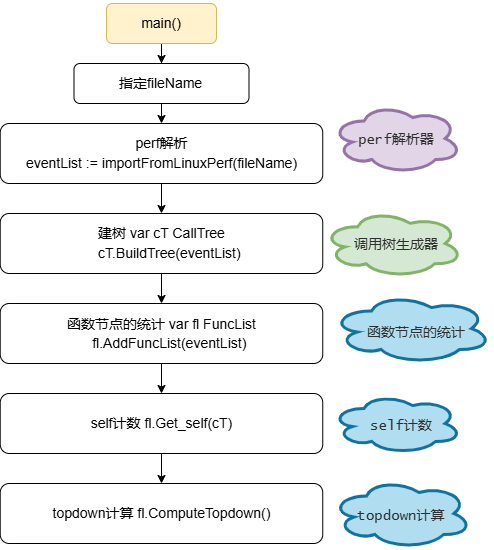
Above: main_ui.drawio.png in Dong-J93/os_pic2024 (draw.io), before the change. Source tidied: cells renumbered, new cells last; positions are measured from the earlier drawing's top-left corner, leaving out a move shared by most shapes.
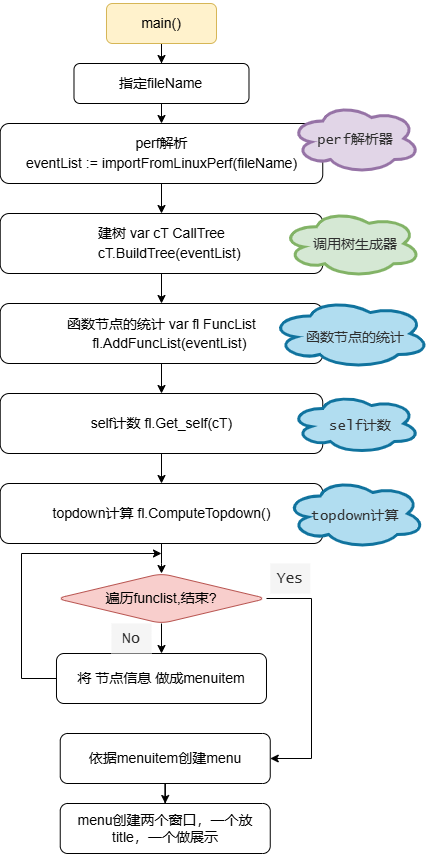
After the commit.

The edit, as a diff of the source:
```diff
@@ -15,10 +15,10 @@
       <mxGeometry x="-0.3" y="120" width="322.5" height="60" as="geometry" />
     </mxCell>
     <mxCell id="6" value="&lt;span style=&quot;color: rgba(0, 0, 0, 0); font-family: monospace; font-size: 0px; text-align: start; text-wrap: nowrap;&quot;&gt;%3CmxGraphModel%3E%3Croot%3E%3CmxCell%20id%3D%220%22%2F%3E%3CmxCell%20id%3D%221%22%20parent%3D%220%22%2F%3E%3CmxCell%20id%3D%222%22%20value%3D%22%22%20style%3D%22ellipse%3Bshape%3Dcloud%3BwhiteSpace%3Dwrap%3Bhtml%3D1%3BfillColor%3Dnone%3B%22%20vertex%3D%221%22%20parent%3D%221%22%3E%3CmxGeometry%20x%3D%22330%22%20y%3D%22517%22%20width%3D%22250%22%20height%3D%22120%22%20as%3D%22geometry%22%2F%3E%3C%2FmxCell%3E%3C%2Froot%3E%3C%2FmxGraphModel%3E&lt;/span&gt;" style="ellipse;shape=cloud;whiteSpace=wrap;html=1;fillColor=#e1d5e7;strokeColor=#9673a6;strokeWidth=3;" parent="1" vertex="1">
-      <mxGeometry x="331" y="100" width="130" height="70" as="geometry" />
+      <mxGeometry x="289.8" y="100" width="130" height="70" as="geometry" />
     </mxCell>
     <mxCell id="7" value="&lt;font face=&quot;Lucida Console&quot; color=&quot;#2e2e2e&quot; style=&quot;font-size: 14px;&quot;&gt;perf解析器&lt;/font&gt;" style="text;html=1;align=center;verticalAlign=middle;whiteSpace=wrap;rounded=0;fontColor=#1F1F1F;" parent="1" vertex="1">
-      <mxGeometry x="341" y="120" width="110" height="34" as="geometry" />
+      <mxGeometry x="299.8" y="120" width="110" height="34" as="geometry" />
     </mxCell>
     <mxCell id="8" style="edgeStyle=orthogonalEdgeStyle;rounded=0;jettySize=auto;html=1;" parent="1" edge="1" source="9" target="5">
       <mxGeometry relative="1" as="geometry" />
@@ -33,10 +33,10 @@
       <mxGeometry x="-0.3" y="210" width="322.5" height="60" as="geometry" />
     </mxCell>
     <mxCell id="12" value="&lt;span style=&quot;color: rgba(0, 0, 0, 0); font-family: monospace; font-size: 0px; text-align: start; text-wrap: nowrap;&quot;&gt;%3CmxGraphModel%3E%3Croot%3E%3CmxCell%20id%3D%220%22%2F%3E%3CmxCell%20id%3D%221%22%20parent%3D%220%22%2F%3E%3CmxCell%20id%3D%222%22%20value%3D%22%22%20style%3D%22ellipse%3Bshape%3Dcloud%3BwhiteSpace%3Dwrap%3Bhtml%3D1%3BfillColor%3Dnone%3B%22%20vertex%3D%221%22%20parent%3D%221%22%3E%3CmxGeometry%20x%3D%22330%22%20y%3D%22517%22%20width%3D%22250%22%20height%3D%22120%22%20as%3D%22geometry%22%2F%3E%3C%2FmxCell%3E%3C%2Froot%3E%3C%2FmxGraphModel%3E&lt;/span&gt;" style="ellipse;shape=cloud;whiteSpace=wrap;html=1;fillColor=#d5e8d4;strokeColor=#82b366;strokeWidth=3;" parent="1" vertex="1">
-      <mxGeometry x="322.2" y="206.2" width="140" height="67.5" as="geometry" />
+      <mxGeometry x="281" y="206.2" width="140" height="67.5" as="geometry" />
     </mxCell>
     <mxCell id="13" value="&lt;font face=&quot;Lucida Console&quot; color=&quot;#2e2e2e&quot;&gt;&lt;span style=&quot;font-size: 14px;&quot;&gt;调用树生成器&lt;/span&gt;&lt;/font&gt;" style="text;html=1;align=center;verticalAlign=middle;whiteSpace=wrap;rounded=0;fontColor=#1F1F1F;" parent="1" vertex="1">
-      <mxGeometry x="341" y="225" width="110" height="34" as="geometry" />
+      <mxGeometry x="299.8" y="225" width="110" height="34" as="geometry" />
     </mxCell>
     <mxCell id="14" style="edgeStyle=orthogonalEdgeStyle;rounded=0;jettySize=auto;html=1;" parent="1" edge="1" source="15" target="17">
       <mxGeometry relative="1" as="geometry" />
@@ -51,25 +51,69 @@
       <mxGeometry x="-0.3" y="390" width="322.5" height="60" as="geometry" />
     </mxCell>
     <mxCell id="18" value="&lt;span style=&quot;color: rgba(0, 0, 0, 0); font-family: monospace; font-size: 0px; text-align: start; text-wrap: nowrap;&quot;&gt;%3CmxGraphModel%3E%3Croot%3E%3CmxCell%20id%3D%220%22%2F%3E%3CmxCell%20id%3D%221%22%20parent%3D%220%22%2F%3E%3CmxCell%20id%3D%222%22%20value%3D%22%22%20style%3D%22ellipse%3Bshape%3Dcloud%3BwhiteSpace%3Dwrap%3Bhtml%3D1%3BfillColor%3Dnone%3B%22%20vertex%3D%221%22%20parent%3D%221%22%3E%3CmxGeometry%20x%3D%22330%22%20y%3D%22517%22%20width%3D%22250%22%20height%3D%22120%22%20as%3D%22geometry%22%2F%3E%3C%2FmxCell%3E%3C%2Froot%3E%3C%2FmxGraphModel%3E&lt;/span&gt;" style="ellipse;shape=cloud;whiteSpace=wrap;html=1;fillColor=#b1ddf0;strokeColor=#10739e;strokeWidth=3;" parent="1" vertex="1">
-      <mxGeometry x="331" y="290" width="160" height="70" as="geometry" />
+      <mxGeometry x="269.8" y="295" width="160" height="70" as="geometry" />
     </mxCell>
     <mxCell id="19" value="&lt;font face=&quot;Lucida Console&quot; color=&quot;#2e2e2e&quot;&gt;&lt;span style=&quot;font-size: 14px;&quot;&gt;函数节点的统计&lt;/span&gt;&lt;/font&gt;" style="text;html=1;align=center;verticalAlign=middle;whiteSpace=wrap;rounded=0;fontColor=#1F1F1F;" parent="1" vertex="1">
-      <mxGeometry x="361" y="313" width="110" height="34" as="geometry" />
+      <mxGeometry x="299.8" y="318" width="110" height="34" as="geometry" />
     </mxCell>
     <mxCell id="20" value="&lt;span style=&quot;color: rgba(0, 0, 0, 0); font-family: monospace; font-size: 0px; text-align: start; text-wrap: nowrap;&quot;&gt;%3CmxGraphModel%3E%3Croot%3E%3CmxCell%20id%3D%220%22%2F%3E%3CmxCell%20id%3D%221%22%20parent%3D%220%22%2F%3E%3CmxCell%20id%3D%222%22%20value%3D%22%22%20style%3D%22ellipse%3Bshape%3Dcloud%3BwhiteSpace%3Dwrap%3Bhtml%3D1%3BfillColor%3Dnone%3B%22%20vertex%3D%221%22%20parent%3D%221%22%3E%3CmxGeometry%20x%3D%22330%22%20y%3D%22517%22%20width%3D%22250%22%20height%3D%22120%22%20as%3D%22geometry%22%2F%3E%3C%2FmxCell%3E%3C%2Froot%3E%3C%2FmxGraphModel%3E&lt;/span&gt;" style="ellipse;shape=cloud;whiteSpace=wrap;html=1;fillColor=#b1ddf0;strokeColor=#10739e;strokeWidth=3;" parent="1" vertex="1">
-      <mxGeometry x="331" y="390" width="130" height="60" as="geometry" />
+      <mxGeometry x="289.8" y="390" width="130" height="60" as="geometry" />
     </mxCell>
     <mxCell id="21" value="&lt;font face=&quot;Lucida Console&quot; color=&quot;#2e2e2e&quot;&gt;&lt;span style=&quot;font-size: 14px;&quot;&gt;self计数&lt;/span&gt;&lt;/font&gt;" style="text;html=1;align=center;verticalAlign=middle;whiteSpace=wrap;rounded=0;fontColor=#1F1F1F;" parent="1" vertex="1">
-      <mxGeometry x="346" y="405.5" width="110" height="34" as="geometry" />
+      <mxGeometry x="304.8" y="405.5" width="110" height="34" as="geometry" />
     </mxCell>
+    <mxCell id="25" style="edgeStyle=orthogonalEdgeStyle;rounded=0;jettySize=auto;html=1;" parent="1" edge="1" source="22" target="28">
+      <mxGeometry relative="1" as="geometry" />
+    </mxCell>
     <mxCell id="22" value="&lt;div style=&quot;font-size: 14px; line-height: 19px; white-space: pre;&quot;&gt;&lt;pre style=&quot;&quot;&gt;&lt;font face=&quot;Helvetica&quot;&gt;topdown计算 fl.ComputeTopdown()&lt;/font&gt;&lt;/pre&gt;&lt;/div&gt;" style="rounded=1;whiteSpace=wrap;html=1;" parent="1" vertex="1">
       <mxGeometry x="-0.3" y="480" width="322.5" height="60" as="geometry" />
     </mxCell>
     <mxCell id="23" value="&lt;span style=&quot;color: rgba(0, 0, 0, 0); font-family: monospace; font-size: 0px; text-align: start; text-wrap: nowrap;&quot;&gt;%3CmxGraphModel%3E%3Croot%3E%3CmxCell%20id%3D%220%22%2F%3E%3CmxCell%20id%3D%221%22%20parent%3D%220%22%2F%3E%3CmxCell%20id%3D%222%22%20value%3D%22%22%20style%3D%22ellipse%3Bshape%3Dcloud%3BwhiteSpace%3Dwrap%3Bhtml%3D1%3BfillColor%3Dnone%3B%22%20vertex%3D%221%22%20parent%3D%221%22%3E%3CmxGeometry%20x%3D%22330%22%20y%3D%22517%22%20width%3D%22250%22%20height%3D%22120%22%20as%3D%22geometry%22%2F%3E%3C%2FmxCell%3E%3C%2Froot%3E%3C%2FmxGraphModel%3E&lt;/span&gt;" style="ellipse;shape=cloud;whiteSpace=wrap;html=1;fillColor=#b1ddf0;strokeColor=#10739e;strokeWidth=3;" parent="1" vertex="1">
-      <mxGeometry x="331" y="475" width="140" height="70" as="geometry" />
+      <mxGeometry x="284.8" y="475" width="140" height="70" as="geometry" />
     </mxCell>
     <mxCell id="24" value="&lt;font face=&quot;Lucida Console&quot; color=&quot;#2e2e2e&quot;&gt;&lt;span style=&quot;font-size: 14px;&quot;&gt;topdown计算&lt;/span&gt;&lt;/font&gt;" style="text;html=1;align=center;verticalAlign=middle;whiteSpace=wrap;rounded=0;fontColor=#1F1F1F;" parent="1" vertex="1">
-      <mxGeometry x="346" y="495.5" width="110" height="34.5" as="geometry" />
+      <mxGeometry x="299.8" y="495.5" width="110" height="34.5" as="geometry" />
     </mxCell>
+    <mxCell id="26" style="edgeStyle=orthogonalEdgeStyle;rounded=0;jettySize=auto;html=1;" parent="1" edge="1" source="28" target="30">
+      <mxGeometry relative="1" as="geometry" />
+    </mxCell>
+    <mxCell id="27" style="edgeStyle=orthogonalEdgeStyle;rounded=0;jettySize=auto;html=1;exitX=1;exitY=0.5;exitDx=0;exitDy=0;entryX=1;entryY=0.5;entryDx=0;entryDy=0;" parent="1" edge="1" source="28" target="34">
+      <mxGeometry relative="1" as="geometry">
+        <Array as="points">
+          <mxPoint x="311" y="595" />
+          <mxPoint x="311" y="755" />
+        </Array>
+      </mxGeometry>
+    </mxCell>
+    <mxCell id="28" value="&lt;font style=&quot;font-size: 14px;&quot;&gt;遍历funclist,结束?&lt;/font&gt;" style="rhombus;whiteSpace=wrap;html=1;fillColor=#f8cecc;rounded=1;strokeColor=#b85450;" parent="1" vertex="1">
+      <mxGeometry x="56" y="570" width="210" height="50" as="geometry" />
+    </mxCell>
+    <mxCell id="29" style="edgeStyle=orthogonalEdgeStyle;rounded=0;jettySize=auto;html=1;exitX=0;exitY=0.5;exitDx=0;exitDy=0;" parent="1" edge="1" source="30">
+      <mxGeometry relative="1" as="geometry">
+        <mxPoint x="161" y="550" as="targetPoint" />
+        <Array as="points">
+          <mxPoint x="21" y="675" />
+          <mxPoint x="21" y="550" />
+        </Array>
+      </mxGeometry>
+    </mxCell>
+    <mxCell id="30" value="&lt;font style=&quot;font-size: 14px;&quot;&gt;将 节点信息 做成menuitem&lt;/font&gt;" style="whiteSpace=wrap;html=1;rounded=1;" parent="1" vertex="1">
+      <mxGeometry x="56" y="650" width="210" height="50" as="geometry" />
+    </mxCell>
+    <mxCell id="31" value="&lt;font face=&quot;Lucida Console&quot; color=&quot;#2e2e2e&quot;&gt;&lt;span style=&quot;font-size: 15px;&quot;&gt;No&lt;/span&gt;&lt;/font&gt;" style="text;html=1;align=center;verticalAlign=middle;whiteSpace=wrap;rounded=0;fontColor=#333333;fillColor=#f5f5f5;strokeColor=none;" parent="1" vertex="1">
+      <mxGeometry x="111" y="620" width="40" height="30" as="geometry" />
+    </mxCell>
+    <mxCell id="32" value="&lt;font face=&quot;Lucida Console&quot; color=&quot;#2e2e2e&quot;&gt;&lt;span style=&quot;font-size: 15px;&quot;&gt;Yes&lt;/span&gt;&lt;/font&gt;" style="text;html=1;align=center;verticalAlign=middle;whiteSpace=wrap;rounded=0;fontColor=#333333;fillColor=#f5f5f5;strokeColor=none;" parent="1" vertex="1">
+      <mxGeometry x="269.8" y="560" width="40" height="30" as="geometry" />
+    </mxCell>
+    <mxCell id="33" style="edgeStyle=orthogonalEdgeStyle;rounded=0;jettySize=auto;html=1;" parent="1" edge="1" source="34" target="35">
+      <mxGeometry relative="1" as="geometry" />
+    </mxCell>
+    <mxCell id="34" value="&lt;font style=&quot;font-size: 14px;&quot;&gt;依据menuitem创建menu&lt;/font&gt;" style="whiteSpace=wrap;html=1;rounded=1;" parent="1" vertex="1">
+      <mxGeometry x="59.7" y="730" width="210" height="50" as="geometry" />
+    </mxCell>
+    <mxCell id="35" value="&lt;span style=&quot;font-size: 14px;&quot;&gt;menu创建两个窗口，一个放title，一个做展示&lt;/span&gt;" style="whiteSpace=wrap;html=1;rounded=1;" parent="1" vertex="1">
+      <mxGeometry x="59.7" y="800" width="210" height="50" as="geometry" />
+    </mxCell>
   </root>
 </mxGraphModel>
```
